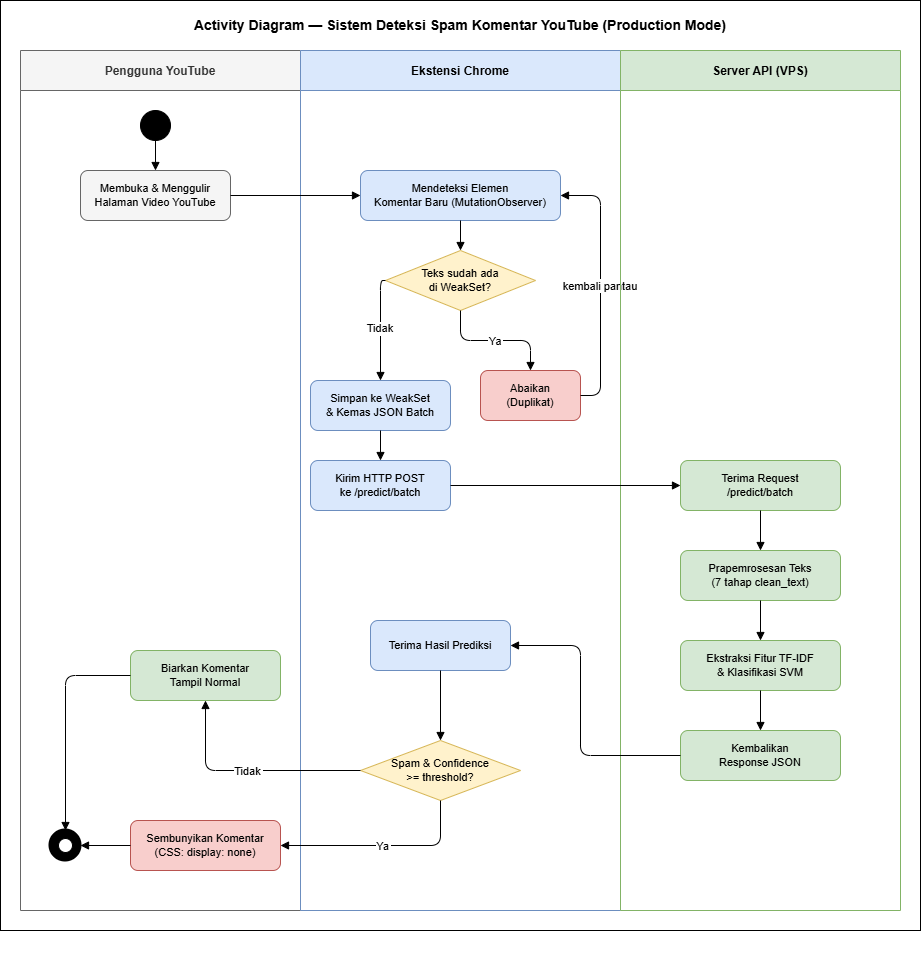
The draw.io diagram diagram/activity_diagram.drawio.png in yusufwdn/judol-detector, before a commit. Source tidied: cells renumbered, new cells last; positions are measured from the earlier drawing's top-left corner, leaving out a move shared by most shapes.
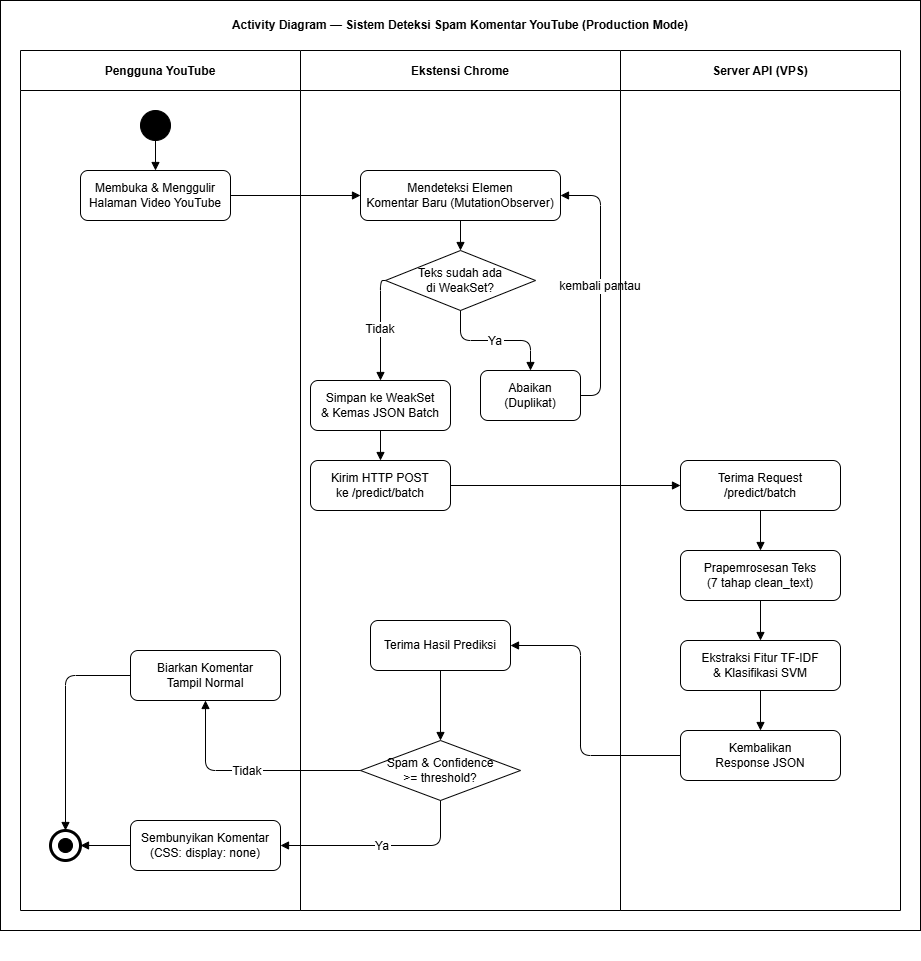
After the commit.

Commit message:
Add activity diagram and update training pipeline diagrams

Change to the diagram source:
```diff
@@ -2,89 +2,89 @@
   <root>
     <mxCell id="0" />
     <mxCell id="1" parent="0" />
-    <mxCell id="2" style="rounded=0;whiteSpace=wrap;html=1;" parent="1" vertex="1">
+    <mxCell id="2" style="rounded=0;whiteSpace=wrap;html=1;fontSize=12;" parent="1" vertex="1">
       <mxGeometry width="920" height="930" as="geometry" />
     </mxCell>
-    <mxCell id="3" value="Activity Diagram — Sistem Deteksi Spam Komentar YouTube (Production Mode)" style="text;html=1;strokeColor=none;fillColor=none;align=center;verticalAlign=middle;whiteSpace=wrap;rounded=0;fontSize=14;fontStyle=1;" parent="1" vertex="1">
+    <mxCell id="3" value="Activity Diagram — Sistem Deteksi Spam Komentar YouTube (Production Mode)" style="text;html=1;align=center;verticalAlign=middle;whiteSpace=wrap;rounded=0;fontSize=12;fontStyle=1;" parent="1" vertex="1">
       <mxGeometry x="20" y="10" width="880" height="30" as="geometry" />
     </mxCell>
-    <mxCell id="4" value="Pengguna YouTube" style="swimlane;startSize=40;fillColor=#f5f5f5;strokeColor=#666666;fontColor=#333333;fontSize=12;fontStyle=1;" parent="1" vertex="1">
+    <mxCell id="4" value="Pengguna YouTube" style="swimlane;startSize=40;fontSize=12;fontStyle=1;" parent="1" vertex="1">
       <mxGeometry x="20" y="50" width="280" height="860" as="geometry" />
     </mxCell>
-    <mxCell id="5" style="ellipse;fillColor=#000000;strokeColor=#000000;" parent="4" vertex="1">
+    <mxCell id="5" style="ellipse;fillColor=light-dark(#000000,#EDEDED);fontSize=12;" parent="4" vertex="1">
       <mxGeometry x="120" y="60" width="30" height="30" as="geometry" />
     </mxCell>
-    <mxCell id="6" value="Membuka &amp; Menggulir&#10;Halaman Video YouTube" style="rounded=1;whiteSpace=wrap;html=1;fillColor=#f5f5f5;strokeColor=#666666;fontSize=11;" parent="4" vertex="1">
+    <mxCell id="6" value="Membuka &amp;amp; Menggulir&#10;Halaman Video YouTube" style="rounded=1;whiteSpace=wrap;html=1;fontSize=12;" parent="4" vertex="1">
       <mxGeometry x="60" y="120" width="150" height="50" as="geometry" />
     </mxCell>
-    <mxCell id="7" value="Biarkan Komentar&#10;Tampil Normal" style="rounded=1;whiteSpace=wrap;html=1;fillColor=#d5e8d4;strokeColor=#82b366;fontSize=11;" parent="4" vertex="1">
+    <mxCell id="7" value="Biarkan Komentar&#10;Tampil Normal" style="rounded=1;whiteSpace=wrap;html=1;fontSize=12;" parent="4" vertex="1">
       <mxGeometry x="110" y="600" width="150" height="50" as="geometry" />
     </mxCell>
-    <mxCell id="8" style="edgeStyle=orthogonalEdgeStyle;endArrow=block;endFill=1;" parent="4" edge="1" source="5" target="6">
+    <mxCell id="8" style="edgeStyle=orthogonalEdgeStyle;endArrow=block;endFill=1;fontSize=12;" parent="4" edge="1" source="5" target="6">
       <mxGeometry relative="1" as="geometry" />
     </mxCell>
-    <mxCell id="9" style="edgeStyle=orthogonalEdgeStyle;endArrow=block;endFill=1;" parent="4" edge="1" source="7" target="13">
+    <mxCell id="9" style="edgeStyle=orthogonalEdgeStyle;endArrow=block;endFill=1;fontSize=12;" parent="4" edge="1" source="7" target="13">
       <mxGeometry relative="1" as="geometry" />
     </mxCell>
-    <mxCell id="10" style="group;" parent="4" vertex="1">
+    <mxCell id="10" style="group;fontSize=12;" parent="4" vertex="1">
       <mxGeometry x="60" y="880" width="30" height="30" as="geometry" />
     </mxCell>
-    <mxCell id="11" value="Sembunyikan Komentar&#10;(CSS: display: none)" style="rounded=1;whiteSpace=wrap;html=1;fillColor=#f8cecc;strokeColor=#b85450;fontSize=11;" parent="4" vertex="1">
+    <mxCell id="11" value="Sembunyikan Komentar&#10;(CSS: display: none)" style="rounded=1;whiteSpace=wrap;html=1;fontSize=12;" parent="4" vertex="1">
       <mxGeometry x="110" y="770" width="150" height="50" as="geometry" />
     </mxCell>
-    <mxCell id="12" style="edgeStyle=orthogonalEdgeStyle;endArrow=block;endFill=1;" parent="4" edge="1" source="11" target="13">
+    <mxCell id="12" style="edgeStyle=orthogonalEdgeStyle;endArrow=block;endFill=1;fontSize=12;" parent="4" edge="1" source="11" target="13">
       <mxGeometry relative="1" as="geometry" />
     </mxCell>
-    <mxCell id="13" style="ellipse;fillColor=#000000;strokeColor=#000000;strokeWidth=3;" parent="4" vertex="1">
+    <mxCell id="13" style="ellipse;strokeWidth=3;fontSize=12;" parent="4" vertex="1">
       <mxGeometry x="30" y="780" width="30" height="30" as="geometry" />
     </mxCell>
-    <mxCell id="14" style="ellipse;fillColor=#ffffff;strokeColor=#000000;" parent="4" vertex="1">
+    <mxCell id="14" style="ellipse;fillColor=light-dark(#000000,#EDEDED);fontSize=12;" parent="4" vertex="1">
       <mxGeometry x="38" y="788" width="14" height="14" as="geometry" />
     </mxCell>
-    <mxCell id="15" value="Ekstensi Chrome" style="swimlane;startSize=40;fillColor=#dae8fc;strokeColor=#6c8ebf;fontColor=#000000;fontSize=12;fontStyle=1;" parent="1" vertex="1">
+    <mxCell id="15" value="Ekstensi Chrome" style="swimlane;startSize=40;fontSize=12;fontStyle=1;" parent="1" vertex="1">
       <mxGeometry x="300" y="50" width="320" height="860" as="geometry" />
     </mxCell>
-    <mxCell id="16" value="Mendeteksi Elemen&#10;Komentar Baru (MutationObserver)" style="rounded=1;whiteSpace=wrap;html=1;fillColor=#dae8fc;strokeColor=#6c8ebf;fontSize=11;" parent="15" vertex="1">
+    <mxCell id="16" value="Mendeteksi Elemen&#10;Komentar Baru (MutationObserver)" style="rounded=1;whiteSpace=wrap;html=1;fontSize=12;" parent="15" vertex="1">
       <mxGeometry x="60" y="120" width="200" height="50" as="geometry" />
     </mxCell>
-    <mxCell id="17" value="Teks sudah ada&#10;di WeakSet?" style="rhombus;whiteSpace=wrap;html=1;fillColor=#fff2cc;strokeColor=#d6b656;fontSize=11;" parent="15" vertex="1">
+    <mxCell id="17" value="Teks sudah ada&#10;di WeakSet?" style="rhombus;whiteSpace=wrap;html=1;fontSize=12;" parent="15" vertex="1">
       <mxGeometry x="85" y="200" width="150" height="60" as="geometry" />
     </mxCell>
-    <mxCell id="18" value="Abaikan&#10;(Duplikat)" style="rounded=1;whiteSpace=wrap;html=1;fillColor=#f8cecc;strokeColor=#b85450;fontSize=11;" parent="15" vertex="1">
+    <mxCell id="18" value="Abaikan&#10;(Duplikat)" style="rounded=1;whiteSpace=wrap;html=1;fontSize=12;" parent="15" vertex="1">
       <mxGeometry x="180" y="320" width="100" height="50" as="geometry" />
     </mxCell>
-    <mxCell id="19" value="Simpan ke WeakSet&#10;&amp; Kemas JSON Batch" style="rounded=1;whiteSpace=wrap;html=1;fillColor=#dae8fc;strokeColor=#6c8ebf;fontSize=11;" parent="15" vertex="1">
+    <mxCell id="19" value="Simpan ke WeakSet&#10;&amp;amp; Kemas JSON Batch" style="rounded=1;whiteSpace=wrap;html=1;fontSize=12;" parent="15" vertex="1">
       <mxGeometry x="10" y="330" width="140" height="50" as="geometry" />
     </mxCell>
-    <mxCell id="20" value="Kirim HTTP POST&#10;ke /predict/batch" style="rounded=1;whiteSpace=wrap;html=1;fillColor=#dae8fc;strokeColor=#6c8ebf;fontSize=11;" parent="15" vertex="1">
+    <mxCell id="20" value="Kirim HTTP POST&#10;ke /predict/batch" style="rounded=1;whiteSpace=wrap;html=1;fontSize=12;" parent="15" vertex="1">
       <mxGeometry x="10" y="410" width="140" height="50" as="geometry" />
     </mxCell>
-    <mxCell id="21" value="Terima Hasil Prediksi" style="rounded=1;whiteSpace=wrap;html=1;fillColor=#dae8fc;strokeColor=#6c8ebf;fontSize=11;" parent="15" vertex="1">
+    <mxCell id="21" value="Terima Hasil Prediksi" style="rounded=1;whiteSpace=wrap;html=1;fontSize=12;" parent="15" vertex="1">
       <mxGeometry x="70" y="570" width="140" height="50" as="geometry" />
     </mxCell>
-    <mxCell id="22" value="Spam &amp; Confidence&#10;&gt;= threshold?" style="rhombus;whiteSpace=wrap;html=1;fillColor=#fff2cc;strokeColor=#d6b656;fontSize=11;" parent="15" vertex="1">
+    <mxCell id="22" value="Spam &amp;amp; Confidence&#10;&amp;gt;= threshold?" style="rhombus;whiteSpace=wrap;html=1;fontSize=12;" parent="15" vertex="1">
       <mxGeometry x="60" y="690" width="160" height="60" as="geometry" />
     </mxCell>
-    <mxCell id="23" style="edgeStyle=orthogonalEdgeStyle;endArrow=block;endFill=1;" parent="15" edge="1" source="16" target="17">
+    <mxCell id="23" style="edgeStyle=orthogonalEdgeStyle;endArrow=block;endFill=1;fontSize=12;" parent="15" edge="1" source="16" target="17">
       <mxGeometry relative="1" as="geometry" />
     </mxCell>
-    <mxCell id="24" value="Ya" style="edgeStyle=orthogonalEdgeStyle;endArrow=block;endFill=1;" parent="15" edge="1" source="17" target="18">
+    <mxCell id="24" value="Ya" style="edgeStyle=orthogonalEdgeStyle;endArrow=block;endFill=1;fontSize=12;" parent="15" edge="1" source="17" target="18">
       <mxGeometry relative="1" as="geometry" />
     </mxCell>
-    <mxCell id="25" value="Tidak" style="edgeStyle=orthogonalEdgeStyle;endArrow=block;endFill=1;exitX=0;exitY=0.5;exitDx=0;exitDy=0;" parent="15" edge="1" source="17" target="19">
+    <mxCell id="25" value="Tidak" style="edgeStyle=orthogonalEdgeStyle;endArrow=block;endFill=1;exitX=0;exitY=0.5;exitDx=0;exitDy=0;fontSize=12;" parent="15" edge="1" source="17" target="19">
       <mxGeometry relative="1" as="geometry">
         <Array as="points">
           <mxPoint x="80" y="230" />
         </Array>
       </mxGeometry>
     </mxCell>
-    <mxCell id="26" style="edgeStyle=orthogonalEdgeStyle;endArrow=block;endFill=1;" parent="15" edge="1" source="19" target="20">
+    <mxCell id="26" style="edgeStyle=orthogonalEdgeStyle;endArrow=block;endFill=1;fontSize=12;" parent="15" edge="1" source="19" target="20">
       <mxGeometry relative="1" as="geometry" />
     </mxCell>
-    <mxCell id="27" style="edgeStyle=orthogonalEdgeStyle;endArrow=block;endFill=1;" parent="15" edge="1" source="21" target="22">
+    <mxCell id="27" style="edgeStyle=orthogonalEdgeStyle;endArrow=block;endFill=1;fontSize=12;" parent="15" edge="1" source="21" target="22">
       <mxGeometry relative="1" as="geometry" />
     </mxCell>
-    <mxCell id="28" value="kembali pantau" style="edgeStyle=orthogonalEdgeStyle;endArrow=block;endFill=1;exitX=1;exitY=0.5;exitDx=0;exitDy=0;entryX=1;entryY=0.5;entryDx=0;entryDy=0;" parent="15" edge="1" source="18" target="16">
+    <mxCell id="28" value="kembali pantau" style="edgeStyle=orthogonalEdgeStyle;endArrow=block;endFill=1;exitX=1;exitY=0.5;exitDx=0;exitDy=0;entryX=1;entryY=0.5;entryDx=0;entryDy=0;fontSize=12;" parent="15" edge="1" source="18" target="16">
       <mxGeometry relative="1" as="geometry">
         <Array as="points">
           <mxPoint x="300" y="345" />
@@ -92,37 +92,37 @@
         </Array>
       </mxGeometry>
     </mxCell>
-    <mxCell id="29" value="Server API (VPS)" style="swimlane;startSize=40;fillColor=#d5e8d4;strokeColor=#82b366;fontColor=#000000;fontSize=12;fontStyle=1;" parent="1" vertex="1">
+    <mxCell id="29" value="Server API (VPS)" style="swimlane;startSize=40;fontSize=12;fontStyle=1;" parent="1" vertex="1">
       <mxGeometry x="620" y="50" width="280" height="860" as="geometry" />
     </mxCell>
-    <mxCell id="30" value="Terima Request&#10;/predict/batch" style="rounded=1;whiteSpace=wrap;html=1;fillColor=#d5e8d4;strokeColor=#82b366;fontSize=11;" parent="29" vertex="1">
+    <mxCell id="30" value="Terima Request&#10;/predict/batch" style="rounded=1;whiteSpace=wrap;html=1;fontSize=12;" parent="29" vertex="1">
       <mxGeometry x="60" y="410" width="160" height="50" as="geometry" />
     </mxCell>
-    <mxCell id="31" value="Prapemrosesan Teks&#10;(7 tahap clean_text)" style="rounded=1;whiteSpace=wrap;html=1;fillColor=#d5e8d4;strokeColor=#82b366;fontSize=11;" parent="29" vertex="1">
+    <mxCell id="31" value="Prapemrosesan Teks&#10;(7 tahap clean_text)" style="rounded=1;whiteSpace=wrap;html=1;fontSize=12;" parent="29" vertex="1">
       <mxGeometry x="60" y="500" width="160" height="50" as="geometry" />
     </mxCell>
-    <mxCell id="32" value="Ekstraksi Fitur TF-IDF&#10;&amp; Klasifikasi SVM" style="rounded=1;whiteSpace=wrap;html=1;fillColor=#d5e8d4;strokeColor=#82b366;fontSize=11;" parent="29" vertex="1">
+    <mxCell id="32" value="Ekstraksi Fitur TF-IDF&#10;&amp;amp; Klasifikasi SVM" style="rounded=1;whiteSpace=wrap;html=1;fontSize=12;" parent="29" vertex="1">
       <mxGeometry x="60" y="590" width="160" height="50" as="geometry" />
     </mxCell>
-    <mxCell id="33" value="Kembalikan&#10;Response JSON" style="rounded=1;whiteSpace=wrap;html=1;fillColor=#d5e8d4;strokeColor=#82b366;fontSize=11;" parent="29" vertex="1">
+    <mxCell id="33" value="Kembalikan&#10;Response JSON" style="rounded=1;whiteSpace=wrap;html=1;fontSize=12;" parent="29" vertex="1">
       <mxGeometry x="60" y="680" width="160" height="50" as="geometry" />
     </mxCell>
-    <mxCell id="34" style="edgeStyle=orthogonalEdgeStyle;endArrow=block;endFill=1;" parent="29" edge="1" source="30" target="31">
+    <mxCell id="34" style="edgeStyle=orthogonalEdgeStyle;endArrow=block;endFill=1;fontSize=12;" parent="29" edge="1" source="30" target="31">
       <mxGeometry relative="1" as="geometry" />
     </mxCell>
-    <mxCell id="35" style="edgeStyle=orthogonalEdgeStyle;endArrow=block;endFill=1;" parent="29" edge="1" source="31" target="32">
+    <mxCell id="35" style="edgeStyle=orthogonalEdgeStyle;endArrow=block;endFill=1;fontSize=12;" parent="29" edge="1" source="31" target="32">
       <mxGeometry relative="1" as="geometry" />
     </mxCell>
-    <mxCell id="36" style="edgeStyle=orthogonalEdgeStyle;endArrow=block;endFill=1;" parent="29" edge="1" source="32" target="33">
+    <mxCell id="36" style="edgeStyle=orthogonalEdgeStyle;endArrow=block;endFill=1;fontSize=12;" parent="29" edge="1" source="32" target="33">
       <mxGeometry relative="1" as="geometry" />
     </mxCell>
-    <mxCell id="37" style="edgeStyle=orthogonalEdgeStyle;endArrow=block;endFill=1;" parent="1" edge="1" source="6" target="16">
+    <mxCell id="37" style="edgeStyle=orthogonalEdgeStyle;endArrow=block;endFill=1;fontSize=12;" parent="1" edge="1" source="6" target="16">
       <mxGeometry relative="1" as="geometry" />
     </mxCell>
-    <mxCell id="38" style="edgeStyle=orthogonalEdgeStyle;endArrow=block;endFill=1;" parent="1" edge="1" source="20" target="30">
+    <mxCell id="38" style="edgeStyle=orthogonalEdgeStyle;endArrow=block;endFill=1;fontSize=12;" parent="1" edge="1" source="20" target="30">
       <mxGeometry relative="1" as="geometry" />
     </mxCell>
-    <mxCell id="39" style="edgeStyle=orthogonalEdgeStyle;endArrow=block;endFill=1;entryX=1;entryY=0.5;entryDx=0;entryDy=0;" parent="1" edge="1" source="33" target="21">
+    <mxCell id="39" style="edgeStyle=orthogonalEdgeStyle;endArrow=block;endFill=1;entryX=1;entryY=0.5;entryDx=0;entryDy=0;fontSize=12;" parent="1" edge="1" source="33" target="21">
       <mxGeometry relative="1" as="geometry">
         <Array as="points">
           <mxPoint x="580" y="755" />
@@ -130,10 +130,10 @@
         </Array>
       </mxGeometry>
     </mxCell>
-    <mxCell id="40" value="Tidak" style="edgeStyle=orthogonalEdgeStyle;endArrow=block;endFill=1;" parent="1" edge="1" source="22" target="7">
+    <mxCell id="40" value="Tidak" style="edgeStyle=orthogonalEdgeStyle;endArrow=block;endFill=1;fontSize=12;" parent="1" edge="1" source="22" target="7">
       <mxGeometry relative="1" as="geometry" />
     </mxCell>
-    <mxCell id="41" value="Ya" style="edgeStyle=orthogonalEdgeStyle;endArrow=block;endFill=1;exitX=0.5;exitY=1;exitDx=0;exitDy=0;entryX=1;entryY=0.5;entryDx=0;entryDy=0;" parent="1" edge="1" source="22" target="11">
+    <mxCell id="41" value="Ya" style="edgeStyle=orthogonalEdgeStyle;endArrow=block;endFill=1;exitX=0.5;exitY=1;exitDx=0;exitDy=0;entryX=1;entryY=0.5;entryDx=0;entryDy=0;fontSize=12;" parent="1" edge="1" source="22" target="11">
       <mxGeometry relative="1" as="geometry" />
     </mxCell>
   </root>
```
